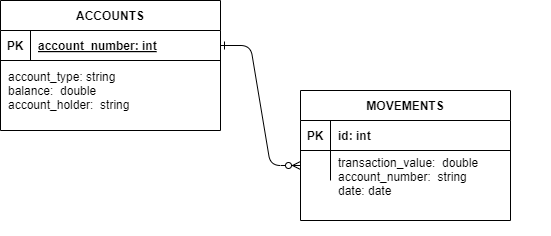
Earlier version of the draw.io export entity_relationship_model.png (soandrade6/technical-test-api). Source tidied: cells renumbered, new cells last; positions are measured from the earlier drawing's top-left corner, leaving out a move shared by most shapes. Its diagram source:
```xml
<mxGraphModel>
  <root>
    <mxCell id="0" />
    <mxCell id="1" parent="0" />
    <mxCell id="2" style="edgeStyle=entityRelationEdgeStyle;endArrow=ERzeroToMany;startArrow=ERone;endFill=1;startFill=0;" parent="1" edge="1" source="5">
      <mxGeometry relative="1" as="geometry">
        <mxPoint x="300" y="165" as="targetPoint" />
      </mxGeometry>
    </mxCell>
    <mxCell id="3" value="&#10;account_type: string&#10;balance:  double&#10;account_holder:  string&#10;" style="shape=partialRectangle;overflow=hidden;fillColor=none;top=0;left=0;bottom=0;right=0;align=left;spacingLeft=6;" parent="1" vertex="1">
      <mxGeometry y="20" width="220" height="140" as="geometry" />
    </mxCell>
    <mxCell id="4" value="ACCOUNTS" style="shape=table;startSize=30;rowLines=0;fontStyle=1;align=center;" parent="1" vertex="1">
      <mxGeometry width="220" height="130" as="geometry" />
    </mxCell>
    <mxCell id="5" style="shape=partialRectangle;fillColor=none;points=[[0,0.5],[1,0.5]];portConstraint=eastwest;top=0;left=0;right=0;bottom=1;" parent="4" vertex="1">
      <mxGeometry y="30" width="220" height="30" as="geometry" />
    </mxCell>
    <mxCell id="6" value="PK" style="shape=partialRectangle;overflow=hidden;fillColor=none;top=0;left=0;bottom=0;right=0;fontStyle=1;" parent="5" vertex="1">
      <mxGeometry width="30" height="30" as="geometry" />
    </mxCell>
    <mxCell id="7" value="account_number: int" style="shape=partialRectangle;overflow=hidden;fillColor=none;top=0;left=0;bottom=0;right=0;align=left;spacingLeft=6;fontStyle=5;" parent="5" vertex="1">
      <mxGeometry x="30" width="190" height="30" as="geometry" />
    </mxCell>
    <mxCell id="8" value="MOVEMENTS" style="shape=table;startSize=30;rowLines=0;fontStyle=1;align=center;" parent="1" vertex="1">
      <mxGeometry x="300" y="90" width="210" height="130" as="geometry" />
    </mxCell>
    <mxCell id="9" style="shape=partialRectangle;fillColor=none;top=0;left=0;right=0;bottom=1;" parent="8" vertex="1">
      <mxGeometry y="30" width="210" height="30" as="geometry" />
    </mxCell>
    <mxCell id="10" value="PK" style="shape=partialRectangle;overflow=hidden;fillColor=none;top=0;left=0;bottom=0;right=0;fontStyle=1;" parent="9" vertex="1">
      <mxGeometry width="30" height="30" as="geometry" />
    </mxCell>
    <mxCell id="11" value="id: int" style="shape=partialRectangle;overflow=hidden;fillColor=none;top=0;left=0;bottom=0;right=0;align=left;spacingLeft=6;fontStyle=1;" parent="9" vertex="1">
      <mxGeometry x="30" width="180" height="30" as="geometry" />
    </mxCell>
    <mxCell id="12" style="shape=partialRectangle;fillColor=none;top=0;left=0;right=0;bottom=0;" parent="8" vertex="1">
      <mxGeometry y="60" width="210" height="30" as="geometry" />
    </mxCell>
    <mxCell id="13" style="shape=partialRectangle;overflow=hidden;fillColor=none;top=0;left=0;bottom=0;right=0;" parent="12" vertex="1">
      <mxGeometry width="30" height="30" as="geometry" />
    </mxCell>
    <mxCell id="14" style="shape=partialRectangle;overflow=hidden;fillColor=none;top=0;left=0;bottom=0;right=0;align=left;spacingLeft=6;" parent="12" vertex="1">
      <mxGeometry x="30" width="180" height="30" as="geometry" />
    </mxCell>
    <mxCell id="15" value="transaction_value:  double&#10;account_number:  string&#10;date: date&#10;&#10;" style="shape=partialRectangle;overflow=hidden;fillColor=none;top=0;left=0;bottom=0;right=0;align=left;spacingLeft=6;" parent="1" vertex="1">
      <mxGeometry x="330" y="145" width="220" height="90" as="geometry" />
    </mxCell>
  </root>
</mxGraphModel>
```
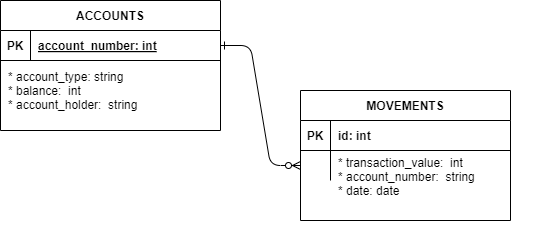
The same diagram one commit later.

The edit, as a diff of the source:
```diff
@@ -7,7 +7,7 @@
         <mxPoint x="300" y="165" as="targetPoint" />
       </mxGeometry>
     </mxCell>
-    <mxCell id="3" value="&#10;account_type: string&#10;balance:  double&#10;account_holder:  string&#10;" style="shape=partialRectangle;overflow=hidden;fillColor=none;top=0;left=0;bottom=0;right=0;align=left;spacingLeft=6;" parent="1" vertex="1">
+    <mxCell id="3" value="&#10;* account_type: string&#10;* balance:  int&#10;* account_holder:  string&#10;" style="shape=partialRectangle;overflow=hidden;fillColor=none;top=0;left=0;bottom=0;right=0;align=left;spacingLeft=6;" parent="1" vertex="1">
       <mxGeometry y="20" width="220" height="140" as="geometry" />
     </mxCell>
     <mxCell id="4" value="ACCOUNTS" style="shape=table;startSize=30;rowLines=0;fontStyle=1;align=center;" parent="1" vertex="1">
@@ -43,7 +43,7 @@
     <mxCell id="14" style="shape=partialRectangle;overflow=hidden;fillColor=none;top=0;left=0;bottom=0;right=0;align=left;spacingLeft=6;" parent="12" vertex="1">
       <mxGeometry x="30" width="180" height="30" as="geometry" />
     </mxCell>
-    <mxCell id="15" value="transaction_value:  double&#10;account_number:  string&#10;date: date&#10;&#10;" style="shape=partialRectangle;overflow=hidden;fillColor=none;top=0;left=0;bottom=0;right=0;align=left;spacingLeft=6;" parent="1" vertex="1">
+    <mxCell id="15" value="* transaction_value:  int&#10;* account_number:  string&#10;* date: date&#10;&#10;" style="shape=partialRectangle;overflow=hidden;fillColor=none;top=0;left=0;bottom=0;right=0;align=left;spacingLeft=6;" parent="1" vertex="1">
       <mxGeometry x="330" y="145" width="220" height="90" as="geometry" />
     </mxCell>
   </root>
```
